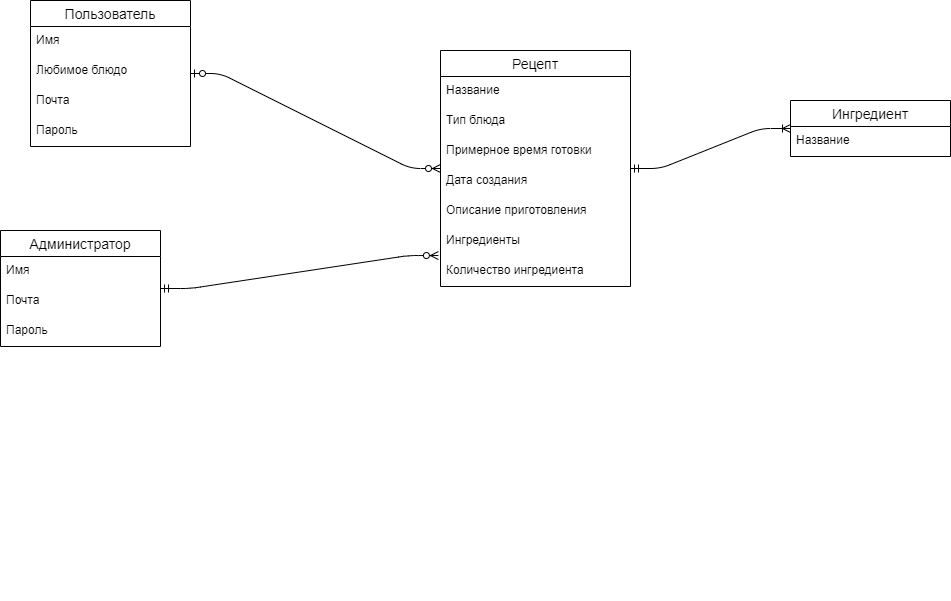
iBurakov33/Database keeps this draw.io diagram as Исследовательская часть/Концепт. схема.png. Above is the earlier version. Source tidied: cells renumbered, new cells last; positions are measured from the earlier drawing's top-left corner, leaving out a move shared by most shapes. The source it was exported from:
```xml
<mxGraphModel>
  <root>
    <mxCell id="0" />
    <mxCell id="1" parent="0" />
    <mxCell id="2" style="shape=partialRectangle;overflow=hidden;fillColor=none;top=0;left=0;bottom=0;right=0;align=left;spacingLeft=6;" parent="1" vertex="1">
      <mxGeometry x="400" y="420" width="220" height="30" as="geometry" />
    </mxCell>
    <mxCell id="3" style="edgeStyle=entityRelationEdgeStyle;fontSize=12;html=1;endArrow=ERoneToMany;startArrow=ERmandOne;" parent="1" edge="1" source="13" target="21">
      <mxGeometry relative="1" as="geometry" />
    </mxCell>
    <mxCell id="4" style="shape=partialRectangle;overflow=hidden;fillColor=none;top=0;left=0;bottom=0;right=0;align=left;spacingLeft=6;" parent="1" vertex="1">
      <mxGeometry x="360" y="460" width="220" height="30" as="geometry" />
    </mxCell>
    <mxCell id="5" style="edgeStyle=entityRelationEdgeStyle;fontSize=12;html=1;endArrow=ERzeroToMany;startArrow=ERzeroToOne;" parent="1" edge="1" source="8" target="13">
      <mxGeometry relative="1" as="geometry" />
    </mxCell>
    <mxCell id="6" style="edgeStyle=entityRelationEdgeStyle;fontSize=12;html=1;endArrow=ERzeroToMany;startArrow=ERmandOne;entryX=-0.011;entryY=0.968;entryDx=0;entryDy=0;entryPerimeter=0;" parent="1" edge="1" source="23" target="19">
      <mxGeometry relative="1" as="geometry" />
    </mxCell>
    <mxCell id="7" style="shape=partialRectangle;overflow=hidden;fillColor=none;top=0;left=0;bottom=0;right=0;align=left;spacingLeft=6;" parent="1" vertex="1">
      <mxGeometry x="60" y="570" width="220" height="30" as="geometry" />
    </mxCell>
    <mxCell id="8" value="Пользователь" style="swimlane;fontStyle=0;horizontal=1;startSize=26;align=center;fontSize=14;" parent="1" vertex="1">
      <mxGeometry x="30" width="160" height="146" as="geometry" />
    </mxCell>
    <mxCell id="9" value="Имя" style="text;strokeColor=none;fillColor=none;spacingLeft=4;spacingRight=4;overflow=hidden;fontSize=12;" parent="8" vertex="1">
      <mxGeometry y="26" width="160" height="30" as="geometry" />
    </mxCell>
    <mxCell id="10" value="Любимое блюдо" style="text;strokeColor=none;fillColor=none;spacingLeft=4;spacingRight=4;overflow=hidden;fontSize=12;" parent="8" vertex="1">
      <mxGeometry y="56" width="160" height="30" as="geometry" />
    </mxCell>
    <mxCell id="11" value="Почта" style="text;strokeColor=none;fillColor=none;spacingLeft=4;spacingRight=4;overflow=hidden;fontSize=12;" parent="8" vertex="1">
      <mxGeometry y="86" width="160" height="30" as="geometry" />
    </mxCell>
    <mxCell id="12" value="Пароль" style="text;strokeColor=none;fillColor=none;spacingLeft=4;spacingRight=4;overflow=hidden;fontSize=12;" parent="8" vertex="1">
      <mxGeometry y="116" width="160" height="30" as="geometry" />
    </mxCell>
    <mxCell id="13" value="Рецепт" style="swimlane;fontStyle=0;horizontal=1;startSize=26;align=center;fontSize=14;" parent="1" vertex="1">
      <mxGeometry x="440" y="50" width="190" height="236" as="geometry" />
    </mxCell>
    <mxCell id="14" value="Название" style="text;strokeColor=none;fillColor=none;spacingLeft=4;spacingRight=4;overflow=hidden;points=[[0,0.5],[1,0.5]];portConstraint=eastwest;fontSize=12;" parent="13" vertex="1">
      <mxGeometry y="26" width="190" height="30" as="geometry" />
    </mxCell>
    <mxCell id="15" value="Тип блюда&#10;" style="text;strokeColor=none;fillColor=none;spacingLeft=4;spacingRight=4;overflow=hidden;points=[[0,0.5],[1,0.5]];portConstraint=eastwest;fontSize=12;" parent="13" vertex="1">
      <mxGeometry y="56" width="190" height="30" as="geometry" />
    </mxCell>
    <mxCell id="16" value="Примерное время готовки&#10;" style="text;strokeColor=none;fillColor=none;spacingLeft=4;spacingRight=4;overflow=hidden;fontSize=12;" parent="13" vertex="1">
      <mxGeometry y="86" width="190" height="30" as="geometry" />
    </mxCell>
    <mxCell id="17" value="Дата создания" style="text;strokeColor=none;fillColor=none;spacingLeft=4;spacingRight=4;overflow=hidden;fontSize=12;" parent="13" vertex="1">
      <mxGeometry y="116" width="190" height="30" as="geometry" />
    </mxCell>
    <mxCell id="18" value="Описание приготовления" style="text;strokeColor=none;fillColor=none;spacingLeft=4;spacingRight=4;overflow=hidden;fontSize=12;" parent="13" vertex="1">
      <mxGeometry y="146" width="190" height="30" as="geometry" />
    </mxCell>
    <mxCell id="19" value="Ингредиенты" style="text;strokeColor=none;fillColor=none;spacingLeft=4;spacingRight=4;overflow=hidden;points=[[0,0.5],[1,0.5]];portConstraint=eastwest;fontSize=12;" parent="13" vertex="1">
      <mxGeometry y="176" width="190" height="30" as="geometry" />
    </mxCell>
    <mxCell id="20" value="Количество ингредиента" style="text;strokeColor=none;fillColor=none;spacingLeft=4;spacingRight=4;overflow=hidden;fontSize=12;" parent="13" vertex="1">
      <mxGeometry y="206" width="190" height="30" as="geometry" />
    </mxCell>
    <mxCell id="21" value="Ингредиент" style="swimlane;fontStyle=0;horizontal=1;startSize=26;align=center;fontSize=14;" parent="1" vertex="1">
      <mxGeometry x="790" y="100" width="160" height="56" as="geometry" />
    </mxCell>
    <mxCell id="22" value="Название" style="text;strokeColor=none;fillColor=none;spacingLeft=4;spacingRight=4;overflow=hidden;fontSize=12;" parent="21" vertex="1">
      <mxGeometry y="26" width="160" height="30" as="geometry" />
    </mxCell>
    <mxCell id="23" value="Администратор" style="swimlane;fontStyle=0;horizontal=1;startSize=26;align=center;fontSize=14;" parent="1" vertex="1">
      <mxGeometry y="230" width="160" height="116" as="geometry" />
    </mxCell>
    <mxCell id="24" value="Имя" style="text;strokeColor=none;fillColor=none;spacingLeft=4;spacingRight=4;overflow=hidden;fontSize=12;" parent="23" vertex="1">
      <mxGeometry y="26" width="160" height="30" as="geometry" />
    </mxCell>
    <mxCell id="25" value="Почта" style="text;strokeColor=none;fillColor=none;spacingLeft=4;spacingRight=4;overflow=hidden;fontSize=12;" parent="23" vertex="1">
      <mxGeometry y="56" width="160" height="30" as="geometry" />
    </mxCell>
    <mxCell id="26" value="Пароль" style="text;strokeColor=none;fillColor=none;spacingLeft=4;spacingRight=4;overflow=hidden;fontSize=12;" parent="23" vertex="1">
      <mxGeometry y="86" width="160" height="30" as="geometry" />
    </mxCell>
  </root>
</mxGraphModel>
```
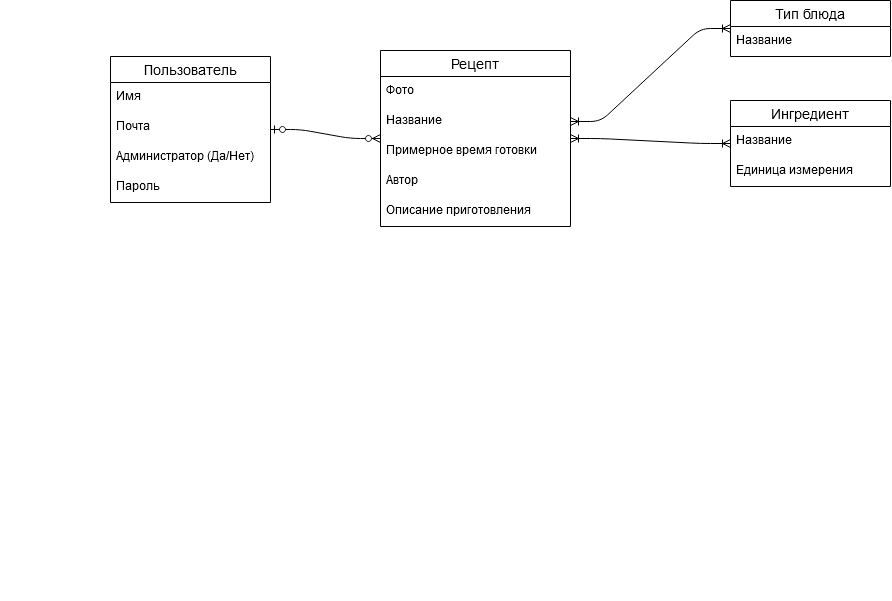
The same file after the commit.

Commit message:
Доработка исследовательской части

Доработана исследовательская часть и изменена концептуальная схема

What changed in the source:
```diff
@@ -5,77 +5,68 @@
     <mxCell id="2" style="shape=partialRectangle;overflow=hidden;fillColor=none;top=0;left=0;bottom=0;right=0;align=left;spacingLeft=6;" parent="1" vertex="1">
       <mxGeometry x="400" y="420" width="220" height="30" as="geometry" />
     </mxCell>
-    <mxCell id="3" style="edgeStyle=entityRelationEdgeStyle;fontSize=12;html=1;endArrow=ERoneToMany;startArrow=ERmandOne;" parent="1" edge="1" source="13" target="21">
-      <mxGeometry relative="1" as="geometry" />
-    </mxCell>
     <mxCell id="4" style="shape=partialRectangle;overflow=hidden;fillColor=none;top=0;left=0;bottom=0;right=0;align=left;spacingLeft=6;" parent="1" vertex="1">
       <mxGeometry x="360" y="460" width="220" height="30" as="geometry" />
     </mxCell>
     <mxCell id="5" style="edgeStyle=entityRelationEdgeStyle;fontSize=12;html=1;endArrow=ERzeroToMany;startArrow=ERzeroToOne;" parent="1" edge="1" source="8" target="13">
       <mxGeometry relative="1" as="geometry" />
     </mxCell>
-    <mxCell id="6" style="edgeStyle=entityRelationEdgeStyle;fontSize=12;html=1;endArrow=ERzeroToMany;startArrow=ERmandOne;entryX=-0.011;entryY=0.968;entryDx=0;entryDy=0;entryPerimeter=0;" parent="1" edge="1" source="23" target="19">
-      <mxGeometry relative="1" as="geometry" />
-    </mxCell>
     <mxCell id="7" style="shape=partialRectangle;overflow=hidden;fillColor=none;top=0;left=0;bottom=0;right=0;align=left;spacingLeft=6;" parent="1" vertex="1">
       <mxGeometry x="60" y="570" width="220" height="30" as="geometry" />
     </mxCell>
+    <mxCell id="13" value="Рецепт" style="swimlane;fontStyle=0;horizontal=1;startSize=26;align=center;fontSize=14;" parent="1" vertex="1">
+      <mxGeometry x="440" y="50" width="190" height="176" as="geometry" />
+    </mxCell>
+    <mxCell id="27" value="Фото" style="text;strokeColor=none;fillColor=none;spacingLeft=4;spacingRight=4;overflow=hidden;fontSize=12;" parent="13" vertex="1">
+      <mxGeometry y="26" width="190" height="30" as="geometry" />
+    </mxCell>
+    <mxCell id="14" value="Название" style="text;strokeColor=none;fillColor=none;spacingLeft=4;spacingRight=4;overflow=hidden;points=[[0,0.5],[1,0.5]];portConstraint=eastwest;fontSize=12;" parent="13" vertex="1">
+      <mxGeometry y="56" width="190" height="30" as="geometry" />
+    </mxCell>
+    <mxCell id="16" value="Примерное время готовки&#10;" style="text;strokeColor=none;fillColor=none;spacingLeft=4;spacingRight=4;overflow=hidden;fontSize=12;" parent="13" vertex="1">
+      <mxGeometry y="86" width="190" height="30" as="geometry" />
+    </mxCell>
+    <mxCell id="28" value="Автор" style="text;strokeColor=none;fillColor=none;spacingLeft=4;spacingRight=4;overflow=hidden;fontSize=12;" parent="13" vertex="1">
+      <mxGeometry y="116" width="190" height="30" as="geometry" />
+    </mxCell>
+    <mxCell id="18" value="Описание приготовления" style="text;strokeColor=none;fillColor=none;spacingLeft=4;spacingRight=4;overflow=hidden;fontSize=12;" parent="13" vertex="1">
+      <mxGeometry y="146" width="190" height="30" as="geometry" />
+    </mxCell>
+    <mxCell id="21" value="Ингредиент" style="swimlane;fontStyle=0;horizontal=1;startSize=26;align=center;fontSize=14;" parent="1" vertex="1">
+      <mxGeometry x="790" y="100" width="160" height="86" as="geometry" />
+    </mxCell>
+    <mxCell id="22" value="Название" style="text;strokeColor=none;fillColor=none;spacingLeft=4;spacingRight=4;overflow=hidden;fontSize=12;" parent="21" vertex="1">
+      <mxGeometry y="26" width="160" height="30" as="geometry" />
+    </mxCell>
+    <mxCell id="20" value="Единица измерения" style="text;strokeColor=none;fillColor=none;spacingLeft=4;spacingRight=4;overflow=hidden;fontSize=12;" parent="21" vertex="1">
+      <mxGeometry y="56" width="160" height="30" as="geometry" />
+    </mxCell>
+    <mxCell id="29" style="edgeStyle=entityRelationEdgeStyle;fontSize=12;html=1;endArrow=ERoneToMany;startArrow=ERoneToMany;exitX=1;exitY=0.5;exitDx=0;exitDy=0;" parent="1" edge="1" source="14" target="15">
+      <mxGeometry relative="1" as="geometry" />
+    </mxCell>
+    <mxCell id="3" style="edgeStyle=entityRelationEdgeStyle;fontSize=12;html=1;endArrow=ERoneToMany;startArrow=ERoneToMany;" parent="1" edge="1" source="13" target="21">
+      <mxGeometry relative="1" as="geometry" />
+    </mxCell>
+    <mxCell id="15" value="Тип блюда" style="swimlane;fontStyle=0;horizontal=1;startSize=26;align=center;fontSize=14;" parent="1" vertex="1">
+      <mxGeometry x="790" width="160" height="56" as="geometry" />
+    </mxCell>
+    <mxCell id="30" value="Название" style="text;strokeColor=none;fillColor=none;spacingLeft=4;spacingRight=4;overflow=hidden;fontSize=12;" parent="15" vertex="1">
+      <mxGeometry y="26" width="160" height="30" as="geometry" />
+    </mxCell>
     <mxCell id="8" value="Пользователь" style="swimlane;fontStyle=0;horizontal=1;startSize=26;align=center;fontSize=14;" parent="1" vertex="1">
-      <mxGeometry x="30" width="160" height="146" as="geometry" />
+      <mxGeometry x="170" y="56" width="160" height="146" as="geometry" />
     </mxCell>
     <mxCell id="9" value="Имя" style="text;strokeColor=none;fillColor=none;spacingLeft=4;spacingRight=4;overflow=hidden;fontSize=12;" parent="8" vertex="1">
       <mxGeometry y="26" width="160" height="30" as="geometry" />
     </mxCell>
-    <mxCell id="10" value="Любимое блюдо" style="text;strokeColor=none;fillColor=none;spacingLeft=4;spacingRight=4;overflow=hidden;fontSize=12;" parent="8" vertex="1">
-      <mxGeometry y="56" width="160" height="30" as="geometry" />
-    </mxCell>
     <mxCell id="11" value="Почта" style="text;strokeColor=none;fillColor=none;spacingLeft=4;spacingRight=4;overflow=hidden;fontSize=12;" parent="8" vertex="1">
-      <mxGeometry y="86" width="160" height="30" as="geometry" />
+      <mxGeometry y="56" width="160" height="30" as="geometry" />
     </mxCell>
+    <mxCell id="31" value="Администратор (Да/Нет)" style="text;strokeColor=none;fillColor=none;spacingLeft=4;spacingRight=4;overflow=hidden;fontSize=12;" parent="8" vertex="1">
+      <mxGeometry y="86" width="160" height="30" as="geometry" />
+    </mxCell>
     <mxCell id="12" value="Пароль" style="text;strokeColor=none;fillColor=none;spacingLeft=4;spacingRight=4;overflow=hidden;fontSize=12;" parent="8" vertex="1">
       <mxGeometry y="116" width="160" height="30" as="geometry" />
     </mxCell>
-    <mxCell id="13" value="Рецепт" style="swimlane;fontStyle=0;horizontal=1;startSize=26;align=center;fontSize=14;" parent="1" vertex="1">
-      <mxGeometry x="440" y="50" width="190" height="236" as="geometry" />
-    </mxCell>
-    <mxCell id="14" value="Название" style="text;strokeColor=none;fillColor=none;spacingLeft=4;spacingRight=4;overflow=hidden;points=[[0,0.5],[1,0.5]];portConstraint=eastwest;fontSize=12;" parent="13" vertex="1">
-      <mxGeometry y="26" width="190" height="30" as="geometry" />
-    </mxCell>
-    <mxCell id="15" value="Тип блюда&#10;" style="text;strokeColor=none;fillColor=none;spacingLeft=4;spacingRight=4;overflow=hidden;points=[[0,0.5],[1,0.5]];portConstraint=eastwest;fontSize=12;" parent="13" vertex="1">
-      <mxGeometry y="56" width="190" height="30" as="geometry" />
-    </mxCell>
-    <mxCell id="16" value="Примерное время готовки&#10;" style="text;strokeColor=none;fillColor=none;spacingLeft=4;spacingRight=4;overflow=hidden;fontSize=12;" parent="13" vertex="1">
-      <mxGeometry y="86" width="190" height="30" as="geometry" />
-    </mxCell>
-    <mxCell id="17" value="Дата создания" style="text;strokeColor=none;fillColor=none;spacingLeft=4;spacingRight=4;overflow=hidden;fontSize=12;" parent="13" vertex="1">
-      <mxGeometry y="116" width="190" height="30" as="geometry" />
-    </mxCell>
-    <mxCell id="18" value="Описание приготовления" style="text;strokeColor=none;fillColor=none;spacingLeft=4;spacingRight=4;overflow=hidden;fontSize=12;" parent="13" vertex="1">
-      <mxGeometry y="146" width="190" height="30" as="geometry" />
-    </mxCell>
-    <mxCell id="19" value="Ингредиенты" style="text;strokeColor=none;fillColor=none;spacingLeft=4;spacingRight=4;overflow=hidden;points=[[0,0.5],[1,0.5]];portConstraint=eastwest;fontSize=12;" parent="13" vertex="1">
-      <mxGeometry y="176" width="190" height="30" as="geometry" />
-    </mxCell>
-    <mxCell id="20" value="Количество ингредиента" style="text;strokeColor=none;fillColor=none;spacingLeft=4;spacingRight=4;overflow=hidden;fontSize=12;" parent="13" vertex="1">
-      <mxGeometry y="206" width="190" height="30" as="geometry" />
-    </mxCell>
-    <mxCell id="21" value="Ингредиент" style="swimlane;fontStyle=0;horizontal=1;startSize=26;align=center;fontSize=14;" parent="1" vertex="1">
-      <mxGeometry x="790" y="100" width="160" height="56" as="geometry" />
-    </mxCell>
-    <mxCell id="22" value="Название" style="text;strokeColor=none;fillColor=none;spacingLeft=4;spacingRight=4;overflow=hidden;fontSize=12;" parent="21" vertex="1">
-      <mxGeometry y="26" width="160" height="30" as="geometry" />
-    </mxCell>
-    <mxCell id="23" value="Администратор" style="swimlane;fontStyle=0;horizontal=1;startSize=26;align=center;fontSize=14;" parent="1" vertex="1">
-      <mxGeometry y="230" width="160" height="116" as="geometry" />
-    </mxCell>
-    <mxCell id="24" value="Имя" style="text;strokeColor=none;fillColor=none;spacingLeft=4;spacingRight=4;overflow=hidden;fontSize=12;" parent="23" vertex="1">
-      <mxGeometry y="26" width="160" height="30" as="geometry" />
-    </mxCell>
-    <mxCell id="25" value="Почта" style="text;strokeColor=none;fillColor=none;spacingLeft=4;spacingRight=4;overflow=hidden;fontSize=12;" parent="23" vertex="1">
-      <mxGeometry y="56" width="160" height="30" as="geometry" />
-    </mxCell>
-    <mxCell id="26" value="Пароль" style="text;strokeColor=none;fillColor=none;spacingLeft=4;spacingRight=4;overflow=hidden;fontSize=12;" parent="23" vertex="1">
-      <mxGeometry y="86" width="160" height="30" as="geometry" />
-    </mxCell>
   </root>
 </mxGraphModel>
```
